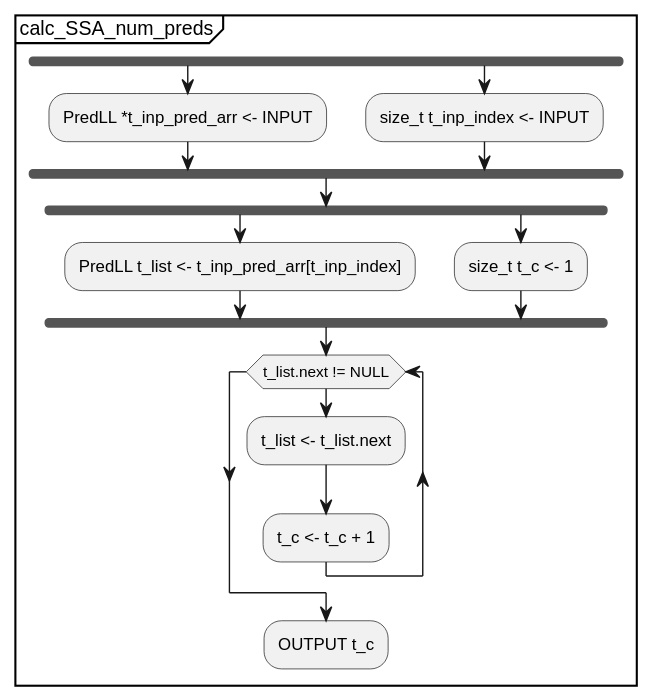
KeithCBrett/Python-Compiler keeps this PlantUML diagram as docs/UML/Single_Static_Assignment_Generation_Scheme/submodules/svg/calc_SSA_num_preds.svg. Above is the earlier version. Its diagram source:
```plantuml
@startuml
partition calc_SSA_num_preds {
    fork
        :PredLL *t_inp_pred_arr <- INPUT;
    fork again
        :size_t t_inp_index <- INPUT;
    fork end
    fork
        :PredLL t_list <- t_inp_pred_arr[t_inp_index];
    fork again
        :size_t t_c <- 1;
    fork end
    while (t_list.next != NULL)
        :t_list <- t_list.next;
        :t_c <- t_c + 1;
    endwhile
    :OUTPUT t_c;
}
@enduml
```
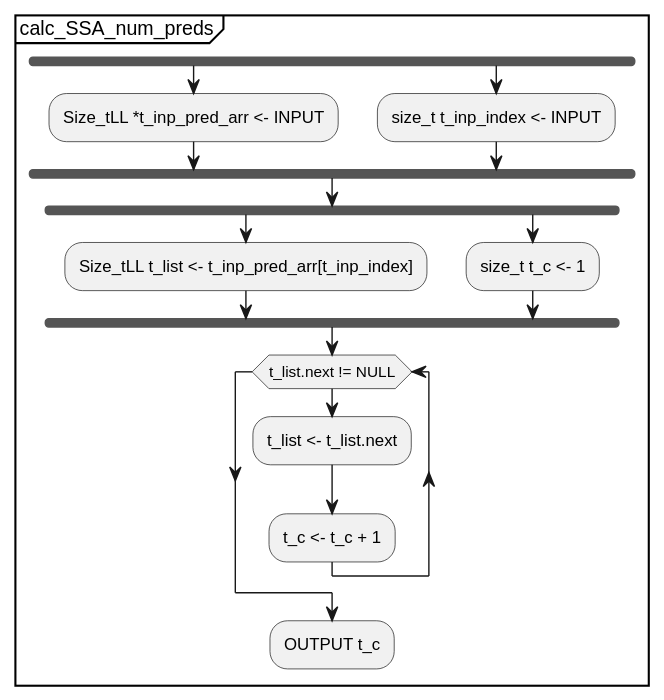
The same diagram one commit later.

The edit, as a diff of the source:
```diff
@@ -1,12 +1,12 @@
 @startuml
 partition calc_SSA_num_preds {
     fork
-        :PredLL *t_inp_pred_arr <- INPUT;
+        :Size_tLL *t_inp_pred_arr <- INPUT;
     fork again
         :size_t t_inp_index <- INPUT;
     fork end
     fork
-        :PredLL t_list <- t_inp_pred_arr[t_inp_index];
+        :Size_tLL t_list <- t_inp_pred_arr[t_inp_index];
     fork again
         :size_t t_c <- 1;
     fork end
```
